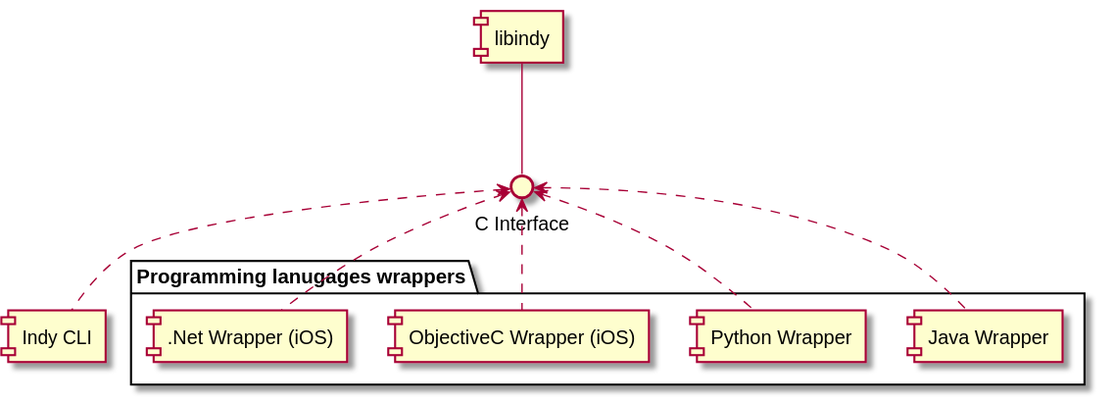
Before: docs/architecture/indy-sdk-components.svg, a diagram exported from PlantUML (hyperledger-archives/indy-sdk).
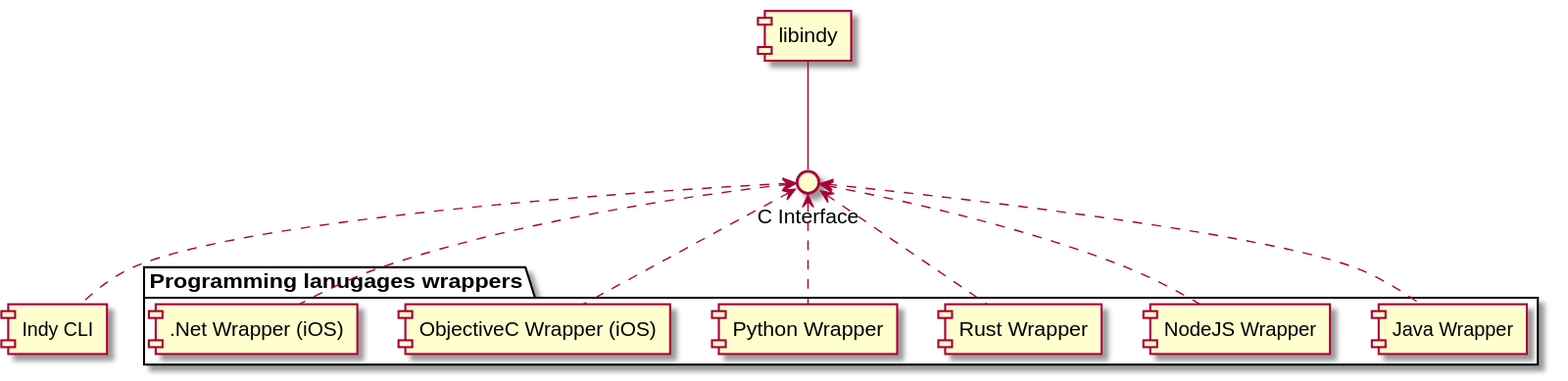
After the commit.

Commit message:
IS-1334 -- Added document about Indy SDK language bindings. Updated diagram.

What changed in the source:
```diff
@@ -6,9 +6,15 @@
 [Indy CLI] as cli
 cinterface <.. cli
 
-package "Programming languages wrappers" {
+package "Programming lanugages wrappers" {
     [Java Wrapper] as java_wrapper
     cinterface <.. java_wrapper
+
+    [NodeJS Wrapper] as nodejs_wrapper
+    cinterface <.. nodejs_wrapper
+
+    [Rust Wrapper] as rust_wrapper
+    cinterface <.. rust_wrapper
 
     [Python Wrapper] as python_wrapper
     cinterface <.. python_wrapper
```
